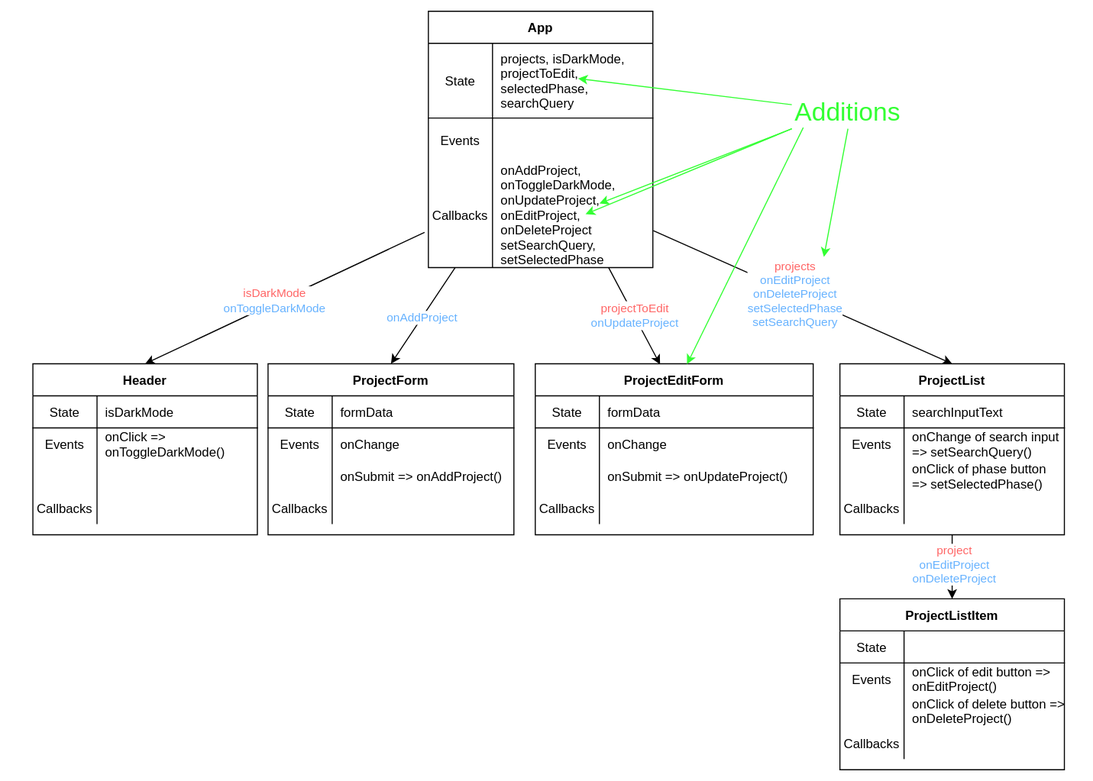
This is 07_client_side_routing/assets/component-hierarchy-with-data-flow.drawio.svg from learn-co-students/SE-LIVE-121123-Phase-2-ProjectShowcase, a draw.io export, as it was before one commit. Source tidied: cells renumbered, new cells last; positions are measured from the earlier drawing's top-left corner, leaving out a move shared by most shapes.
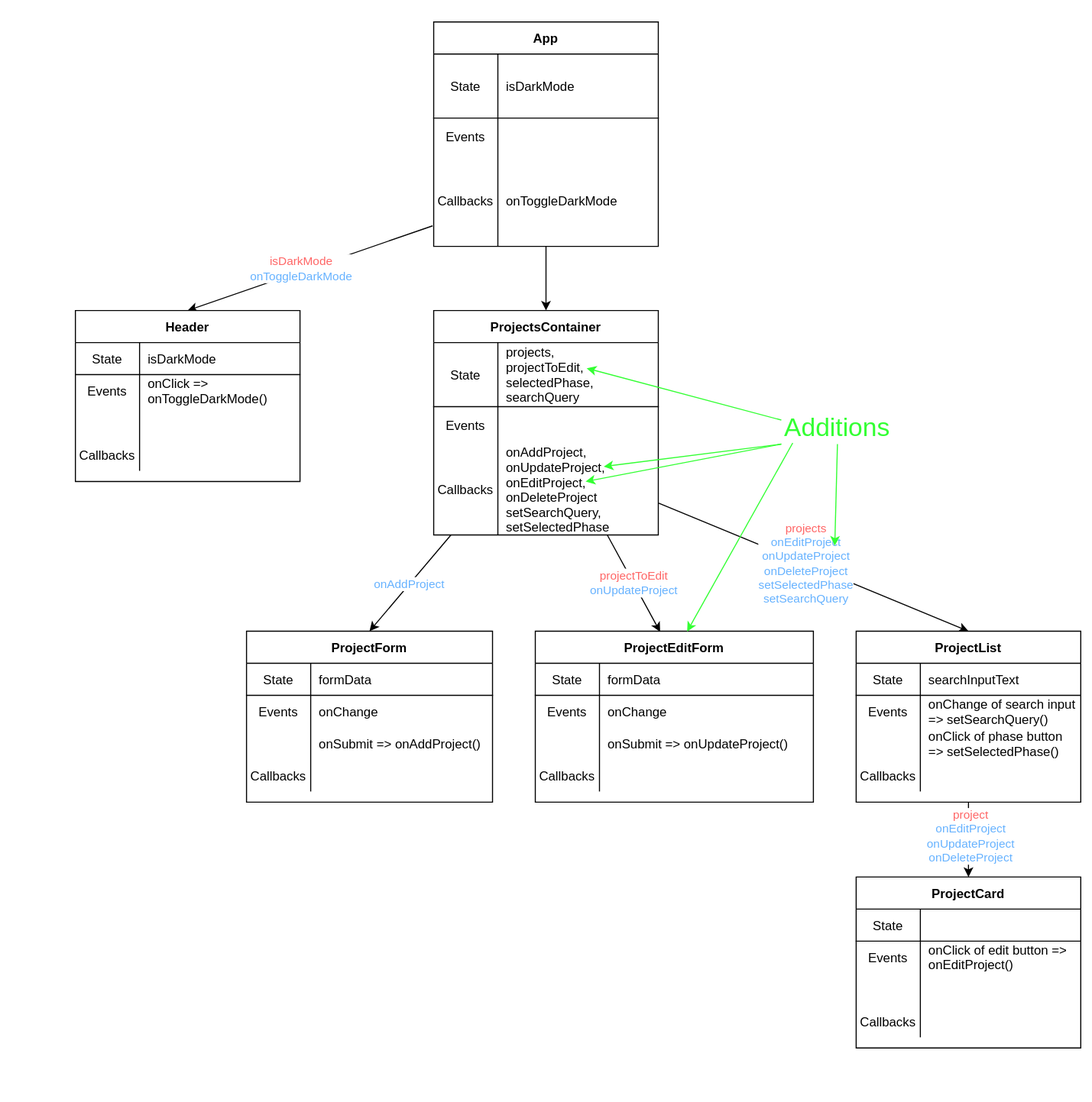
The same diagram one commit later.

Commit message:
updates slides and adds beginning diagram

Diff of the diagram source:
```diff
@@ -3,9 +3,9 @@
     <mxCell id="0" />
     <mxCell id="1" parent="0" />
     <mxCell id="2" style="rounded=0;whiteSpace=wrap;html=1;strokeColor=none;" parent="1" vertex="1">
-      <mxGeometry width="1020" height="730" as="geometry" />
+      <mxGeometry width="1020" height="1030" as="geometry" />
     </mxCell>
-    <mxCell id="3" style="edgeStyle=none;html=1;exitX=-0.017;exitY=0.666;exitDx=0;exitDy=0;exitPerimeter=0;entryX=0.5;entryY=0;entryDx=0;entryDy=0;" parent="1" edge="1" source="19" target="22">
+    <mxCell id="3" style="edgeStyle=none;html=1;exitX=-0.005;exitY=0.774;exitDx=0;exitDy=0;exitPerimeter=0;entryX=0.5;entryY=0;entryDx=0;entryDy=0;" parent="1" edge="1" source="104" target="22">
       <mxGeometry relative="1" as="geometry" />
     </mxCell>
     <mxCell id="4" value="&lt;font color=&quot;#ff6666&quot;&gt;isDarkMode&lt;/font&gt;&lt;br&gt;&lt;font color=&quot;#66b2ff&quot;&gt;onToggleDarkMode&lt;/font&gt;" style="edgeLabel;html=1;align=center;verticalAlign=middle;" parent="3" vertex="1">
@@ -20,52 +20,52 @@
     <mxCell id="7" style="edgeStyle=none;html=1;exitX=1.002;exitY=0.65;exitDx=0;exitDy=0;exitPerimeter=0;entryX=0.5;entryY=0;entryDx=0;entryDy=0;" parent="1" edge="1" source="19" target="50">
       <mxGeometry relative="1" as="geometry" />
     </mxCell>
-    <mxCell id="8" value="&lt;font color=&quot;#ff6666&quot;&gt;projects&lt;/font&gt;&lt;br&gt;&lt;font color=&quot;#66b2ff&quot;&gt;onEditProject&lt;br&gt;onDeleteProject&lt;br&gt;setSelectedPhase&lt;/font&gt;&lt;br&gt;&lt;font color=&quot;#66b2ff&quot;&gt;setSearchQuery&lt;/font&gt;" style="edgeLabel;html=1;align=center;verticalAlign=middle;" parent="7" vertex="1">
+    <mxCell id="8" value="&lt;font color=&quot;#ff6666&quot;&gt;projects&lt;/font&gt;&lt;br&gt;&lt;font color=&quot;#66b2ff&quot;&gt;onEditProject&lt;br&gt;onUpdateProject&lt;br&gt;onDeleteProject&lt;/font&gt;&lt;br&gt;&lt;font color=&quot;#66b2ff&quot;&gt;setSelectedPhase&lt;/font&gt;&lt;br&gt;&lt;font color=&quot;#66b2ff&quot;&gt;setSearchQuery&lt;/font&gt;" style="edgeLabel;html=1;align=center;verticalAlign=middle;" parent="7" vertex="1">
       <mxGeometry x="-0.06" relative="1" as="geometry" />
     </mxCell>
     <mxCell id="9" style="edgeStyle=none;html=1;fontColor=#66B2FF;entryX=0.449;entryY=0.004;entryDx=0;entryDy=0;entryPerimeter=0;" parent="1" edge="1" source="11" target="76">
       <mxGeometry relative="1" as="geometry" />
     </mxCell>
-    <mxCell id="10" value="&lt;font color=&quot;#ff6666&quot;&gt;projectToEdit&lt;br&gt;&lt;/font&gt;onUpdateProject" style="edgeLabel;html=1;align=center;verticalAlign=middle;fontColor=#66B2FF;" parent="9" vertex="1">
+    <mxCell id="10" value="&lt;font color=&quot;#ff6666&quot;&gt;projectToEdit&lt;/font&gt;&lt;br&gt;onUpdateProject" style="edgeLabel;html=1;align=center;verticalAlign=middle;fontColor=#66B2FF;" parent="9" vertex="1">
       <mxGeometry x="0.09" y="1" relative="1" as="geometry">
         <mxPoint x="-3" y="-4" as="offset" />
       </mxGeometry>
     </mxCell>
-    <mxCell id="11" value="App" style="shape=table;startSize=30;rowLines=0;fontStyle=1;align=center;" parent="1" vertex="1">
-      <mxGeometry x="400" y="10" width="210" height="240" as="geometry" />
+    <mxCell id="11" value="ProjectsContainer" style="shape=table;startSize=30;rowLines=0;fontStyle=1;align=center;" parent="1" vertex="1">
+      <mxGeometry x="405" y="290" width="210" height="210" as="geometry" />
     </mxCell>
     <mxCell id="12" style="shape=partialRectangle;fillColor=none;top=0;left=0;bottom=0;right=0;" parent="11" vertex="1">
-      <mxGeometry y="30" width="210" height="36" as="geometry" />
+      <mxGeometry y="30" width="210" height="31" as="geometry" />
     </mxCell>
     <mxCell id="13" value="State" style="shape=partialRectangle;fillColor=none;top=0;left=0;bottom=1;right=0;fontStyle=0;overflow=hidden;colspan=1;rowspan=2;" parent="12" vertex="1">
-      <mxGeometry width="60" height="70" as="geometry" />
+      <mxGeometry width="60" height="60" as="geometry" />
     </mxCell>
-    <mxCell id="14" value="projects, isDarkMode, &#10;projectToEdit,&#10;selectedPhase, &#10;searchQuery" style="shape=partialRectangle;fillColor=none;top=0;left=0;bottom=1;right=0;align=left;spacingLeft=6;fontStyle=0;overflow=visible;strokeColor=default;rowspan=2;" parent="12" vertex="1">
-      <mxGeometry x="60" width="150" height="70" as="geometry" />
+    <mxCell id="14" value="projects, &#10;projectToEdit,&#10;selectedPhase, &#10;searchQuery" style="shape=partialRectangle;fillColor=none;top=0;left=0;bottom=1;right=0;align=left;spacingLeft=6;fontStyle=0;overflow=visible;strokeColor=default;rowspan=2;" parent="12" vertex="1">
+      <mxGeometry x="60" width="150" height="60" as="geometry" />
     </mxCell>
     <mxCell id="15" style="shape=partialRectangle;fillColor=none;top=0;left=0;bottom=0;right=0;" parent="11" vertex="1">
-      <mxGeometry y="66" width="210" height="34" as="geometry" />
+      <mxGeometry y="61" width="210" height="29" as="geometry" />
     </mxCell>
     <mxCell id="16" style="shape=partialRectangle;fillColor=none;top=0;left=0;bottom=0;right=0;" parent="11" vertex="1">
-      <mxGeometry y="100" width="210" height="41" as="geometry" />
+      <mxGeometry y="90" width="210" height="35" as="geometry" />
     </mxCell>
     <mxCell id="17" value="Events" style="shape=partialRectangle;fillColor=none;top=0;left=0;bottom=0;right=0;overflow=hidden;" parent="16" vertex="1">
-      <mxGeometry width="60" height="41" as="geometry" />
+      <mxGeometry width="60" height="35" as="geometry" />
     </mxCell>
     <mxCell id="18" style="shape=partialRectangle;fillColor=none;top=0;left=0;bottom=0;right=0;align=left;spacingLeft=6;overflow=hidden;" parent="16" vertex="1">
-      <mxGeometry x="60" width="150" height="41" as="geometry" />
+      <mxGeometry x="60" width="150" height="35" as="geometry" />
     </mxCell>
     <mxCell id="19" style="shape=partialRectangle;fillColor=none;top=0;left=0;bottom=0;right=0;points=[[0,0.5],[1,0.5]];portConstraint=eastwest;" parent="11" vertex="1">
-      <mxGeometry y="141" width="210" height="99" as="geometry" />
+      <mxGeometry y="125" width="210" height="85" as="geometry" />
     </mxCell>
     <mxCell id="20" value="Callbacks" style="shape=partialRectangle;fillColor=none;top=0;left=0;bottom=0;right=0;overflow=hidden;rowspan=3;" parent="19" vertex="1">
-      <mxGeometry width="60" height="99" as="geometry" />
+      <mxGeometry width="60" height="85" as="geometry" />
     </mxCell>
-    <mxCell id="21" value="onAddProject, &#10;onToggleDarkMode,&#10;onUpdateProject,&#10;onEditProject,&#10;onDeleteProject&#10;setSearchQuery,&#10;setSelectedPhase" style="shape=partialRectangle;fillColor=none;top=0;left=0;bottom=0;right=0;align=left;spacingLeft=6;overflow=visible;rowspan=2;" parent="19" vertex="1">
-      <mxGeometry x="60" width="150" height="99" as="geometry" />
+    <mxCell id="21" value="onAddProject,&#10;onUpdateProject,&#10;onEditProject,&#10;onDeleteProject&#10;setSearchQuery,&#10;setSelectedPhase" style="shape=partialRectangle;fillColor=none;top=0;left=0;bottom=0;right=0;align=left;spacingLeft=6;overflow=visible;rowspan=2;" parent="19" vertex="1">
+      <mxGeometry x="60" width="150" height="85" as="geometry" />
     </mxCell>
     <mxCell id="22" value="Header" style="shape=table;startSize=30;rowLines=0;fontStyle=1;align=center;" parent="1" vertex="1">
-      <mxGeometry x="30" y="340" width="210" height="160" as="geometry" />
+      <mxGeometry x="70" y="290" width="210" height="160" as="geometry" />
     </mxCell>
     <mxCell id="23" style="shape=partialRectangle;fillColor=none;top=0;left=0;bottom=1;right=0;" parent="22" vertex="1">
       <mxGeometry y="30" width="210" height="30" as="geometry" />
@@ -104,7 +104,7 @@
       <mxGeometry x="60" width="150" height="30" as="geometry" />
     </mxCell>
     <mxCell id="35" value="ProjectForm" style="shape=table;startSize=30;rowLines=0;fontStyle=1;align=center;" parent="1" vertex="1">
-      <mxGeometry x="250" y="340" width="230" height="160" as="geometry" />
+      <mxGeometry x="230" y="590" width="230" height="160" as="geometry" />
     </mxCell>
     <mxCell id="36" style="shape=partialRectangle;fillColor=none;top=0;left=0;bottom=1;right=0;" parent="35" vertex="1">
       <mxGeometry y="30" width="230" height="30" as="geometry" />
@@ -145,11 +145,11 @@
     <mxCell id="48" style="edgeStyle=none;html=1;" parent="1" edge="1" source="50" target="63">
       <mxGeometry relative="1" as="geometry" />
     </mxCell>
-    <mxCell id="49" value="&lt;font color=&quot;#ff6666&quot;&gt;project&lt;/font&gt;&lt;br&gt;&lt;font color=&quot;#66b2ff&quot;&gt;onEditProject&lt;br&gt;onDeleteProject&lt;br&gt;&lt;/font&gt;" style="edgeLabel;html=1;align=center;verticalAlign=middle;" parent="48" vertex="1">
+    <mxCell id="49" value="&lt;font color=&quot;#ff6666&quot;&gt;project&lt;/font&gt;&lt;br&gt;&lt;font color=&quot;#66b2ff&quot;&gt;onEditProject&lt;br&gt;onUpdateProject&lt;br&gt;onDeleteProject&lt;br&gt;&lt;/font&gt;" style="edgeLabel;html=1;align=center;verticalAlign=middle;" parent="48" vertex="1">
       <mxGeometry x="-0.12" y="1" relative="1" as="geometry" />
     </mxCell>
     <mxCell id="50" value="ProjectList" style="shape=table;startSize=30;rowLines=0;fontStyle=1;align=center;" parent="1" vertex="1">
-      <mxGeometry x="785" y="340" width="210" height="160" as="geometry" />
+      <mxGeometry x="800" y="590" width="210" height="160" as="geometry" />
     </mxCell>
     <mxCell id="51" style="shape=partialRectangle;fillColor=none;top=0;left=0;bottom=1;right=0;" parent="50" vertex="1">
       <mxGeometry y="30" width="210" height="30" as="geometry" />
@@ -187,8 +187,8 @@
     <mxCell id="62" style="shape=partialRectangle;fillColor=none;top=0;left=0;bottom=0;right=0;align=left;spacingLeft=6;overflow=hidden;" parent="60" vertex="1">
       <mxGeometry x="60" width="150" height="30" as="geometry" />
     </mxCell>
-    <mxCell id="63" value="ProjectListItem" style="shape=table;startSize=30;rowLines=0;fontStyle=1;align=center;" parent="1" vertex="1">
-      <mxGeometry x="785" y="560" width="210" height="160" as="geometry" />
+    <mxCell id="63" value="ProjectCard" style="shape=table;startSize=30;rowLines=0;fontStyle=1;align=center;" parent="1" vertex="1">
+      <mxGeometry x="800" y="820" width="210" height="160" as="geometry" />
     </mxCell>
     <mxCell id="64" style="shape=partialRectangle;fillColor=none;top=0;left=0;bottom=1;right=0;" parent="63" vertex="1">
       <mxGeometry y="30" width="210" height="30" as="geometry" />
@@ -214,7 +214,7 @@
     <mxCell id="71" style="shape=partialRectangle;fillColor=none;top=0;left=0;bottom=0;right=0;overflow=hidden;" parent="70" vertex="1">
       <mxGeometry width="60" height="30" as="geometry" />
     </mxCell>
-    <mxCell id="72" value="onClick of delete button =&gt; &#10;onDeleteProject()" style="shape=partialRectangle;fillColor=none;top=0;left=0;bottom=0;right=0;align=left;spacingLeft=6;overflow=hidden;" parent="70" vertex="1">
+    <mxCell id="72" style="shape=partialRectangle;fillColor=none;top=0;left=0;bottom=0;right=0;align=left;spacingLeft=6;overflow=hidden;" parent="70" vertex="1">
       <mxGeometry x="60" width="150" height="30" as="geometry" />
     </mxCell>
     <mxCell id="73" style="shape=partialRectangle;fillColor=none;top=0;left=0;bottom=0;right=0;" parent="63" vertex="1">
@@ -227,7 +227,7 @@
       <mxGeometry x="60" width="150" height="30" as="geometry" />
     </mxCell>
     <mxCell id="76" value="ProjectEditForm" style="shape=table;startSize=30;rowLines=0;fontStyle=1;align=center;" parent="1" vertex="1">
-      <mxGeometry x="500" y="340" width="260" height="160" as="geometry" />
+      <mxGeometry x="500" y="590" width="260" height="160" as="geometry" />
     </mxCell>
     <mxCell id="77" style="shape=partialRectangle;fillColor=none;top=0;left=0;bottom=1;right=0;" parent="76" vertex="1">
       <mxGeometry y="30" width="260" height="30" as="geometry" />
@@ -266,21 +266,21 @@
       <mxGeometry x="60" width="200" height="30" as="geometry" />
     </mxCell>
     <mxCell id="89" value="&lt;font style=&quot;font-size: 24px;&quot;&gt;Additions&lt;/font&gt;" style="text;html=1;strokeColor=none;fillColor=none;align=center;verticalAlign=middle;whiteSpace=wrap;rounded=0;fontColor=#33FF33;fontSize=24;" parent="1" vertex="1">
-      <mxGeometry x="740" y="90" width="105" height="30" as="geometry" />
+      <mxGeometry x="730" y="385" width="105" height="30" as="geometry" />
     </mxCell>
     <mxCell id="90" style="endArrow=classic;html=1;fontSize=17;fontColor=#33FF33;exitX=0;exitY=0.25;exitDx=0;exitDy=0;strokeColor=#33FF33;" parent="1" edge="1" source="89">
       <mxGeometry relative="1" as="geometry">
-        <mxPoint x="540" y="73" as="targetPoint" />
+        <mxPoint x="548" y="344" as="targetPoint" />
       </mxGeometry>
     </mxCell>
     <mxCell id="91" style="endArrow=classic;html=1;fontSize=17;fontColor=#33FF33;strokeColor=#33FF33;exitX=0;exitY=1;exitDx=0;exitDy=0;" parent="1" edge="1" source="89">
       <mxGeometry relative="1" as="geometry">
-        <mxPoint x="560" y="190" as="targetPoint" />
+        <mxPoint x="564" y="436" as="targetPoint" />
       </mxGeometry>
     </mxCell>
     <mxCell id="92" style="endArrow=classic;html=1;fontSize=17;fontColor=#33FF33;strokeColor=#33FF33;exitX=0;exitY=1;exitDx=0;exitDy=0;" parent="1" edge="1" source="89">
       <mxGeometry relative="1" as="geometry">
-        <mxPoint x="547" y="200" as="targetPoint" />
+        <mxPoint x="547" y="450" as="targetPoint" />
       </mxGeometry>
     </mxCell>
     <mxCell id="93" style="endArrow=classic;html=1;fontSize=24;fontColor=#33FF33;strokeColor=#33FF33;exitX=0.102;exitY=0.964;exitDx=0;exitDy=0;exitPerimeter=0;entryX=0.546;entryY=0.002;entryDx=0;entryDy=0;entryPerimeter=0;" parent="1" edge="1" source="89" target="76">
@@ -288,8 +288,46 @@
     </mxCell>
     <mxCell id="94" style="endArrow=classic;html=1;fontSize=24;fontColor=#33FF33;strokeColor=#33FF33;exitX=0.5;exitY=1;exitDx=0;exitDy=0;" parent="1" edge="1" source="89">
       <mxGeometry relative="1" as="geometry">
-        <mxPoint x="770" y="240" as="targetPoint" />
+        <mxPoint x="780" y="510" as="targetPoint" />
       </mxGeometry>
     </mxCell>
+    <mxCell id="95" style="edgeStyle=none;html=1;" parent="1" edge="1" source="96">
+      <mxGeometry relative="1" as="geometry">
+        <mxPoint x="510" y="290" as="targetPoint" />
+      </mxGeometry>
+    </mxCell>
+    <mxCell id="96" value="App" style="shape=table;startSize=30;rowLines=0;fontStyle=1;align=center;" parent="1" vertex="1">
+      <mxGeometry x="405" y="20" width="210" height="210" as="geometry" />
+    </mxCell>
+    <mxCell id="97" style="shape=partialRectangle;fillColor=none;top=0;left=0;bottom=0;right=0;" parent="96" vertex="1">
+      <mxGeometry y="30" width="210" height="31" as="geometry" />
+    </mxCell>
+    <mxCell id="98" value="State" style="shape=partialRectangle;fillColor=none;top=0;left=0;bottom=1;right=0;fontStyle=0;overflow=hidden;colspan=1;rowspan=2;" parent="97" vertex="1">
+      <mxGeometry width="60" height="60" as="geometry" />
+    </mxCell>
+    <mxCell id="99" value="isDarkMode" style="shape=partialRectangle;fillColor=none;top=0;left=0;bottom=1;right=0;align=left;spacingLeft=6;fontStyle=0;overflow=visible;strokeColor=default;rowspan=2;" parent="97" vertex="1">
+      <mxGeometry x="60" width="150" height="60" as="geometry" />
+    </mxCell>
+    <mxCell id="100" style="shape=partialRectangle;fillColor=none;top=0;left=0;bottom=0;right=0;" parent="96" vertex="1">
+      <mxGeometry y="61" width="210" height="29" as="geometry" />
+    </mxCell>
+    <mxCell id="101" style="shape=partialRectangle;fillColor=none;top=0;left=0;bottom=0;right=0;" parent="96" vertex="1">
+      <mxGeometry y="90" width="210" height="35" as="geometry" />
+    </mxCell>
+    <mxCell id="102" value="Events" style="shape=partialRectangle;fillColor=none;top=0;left=0;bottom=0;right=0;overflow=hidden;" parent="101" vertex="1">
+      <mxGeometry width="60" height="35" as="geometry" />
+    </mxCell>
+    <mxCell id="103" style="shape=partialRectangle;fillColor=none;top=0;left=0;bottom=0;right=0;align=left;spacingLeft=6;overflow=hidden;" parent="101" vertex="1">
+      <mxGeometry x="60" width="150" height="35" as="geometry" />
+    </mxCell>
+    <mxCell id="104" style="shape=partialRectangle;fillColor=none;top=0;left=0;bottom=0;right=0;points=[[0,0.5],[1,0.5]];portConstraint=eastwest;" parent="96" vertex="1">
+      <mxGeometry y="125" width="210" height="85" as="geometry" />
+    </mxCell>
+    <mxCell id="105" value="Callbacks" style="shape=partialRectangle;fillColor=none;top=0;left=0;bottom=0;right=0;overflow=hidden;rowspan=3;" parent="104" vertex="1">
+      <mxGeometry width="60" height="85" as="geometry" />
+    </mxCell>
+    <mxCell id="106" value="onToggleDarkMode" style="shape=partialRectangle;fillColor=none;top=0;left=0;bottom=0;right=0;align=left;spacingLeft=6;overflow=visible;rowspan=2;" parent="104" vertex="1">
+      <mxGeometry x="60" width="150" height="85" as="geometry" />
+    </mxCell>
   </root>
 </mxGraphModel>
```
